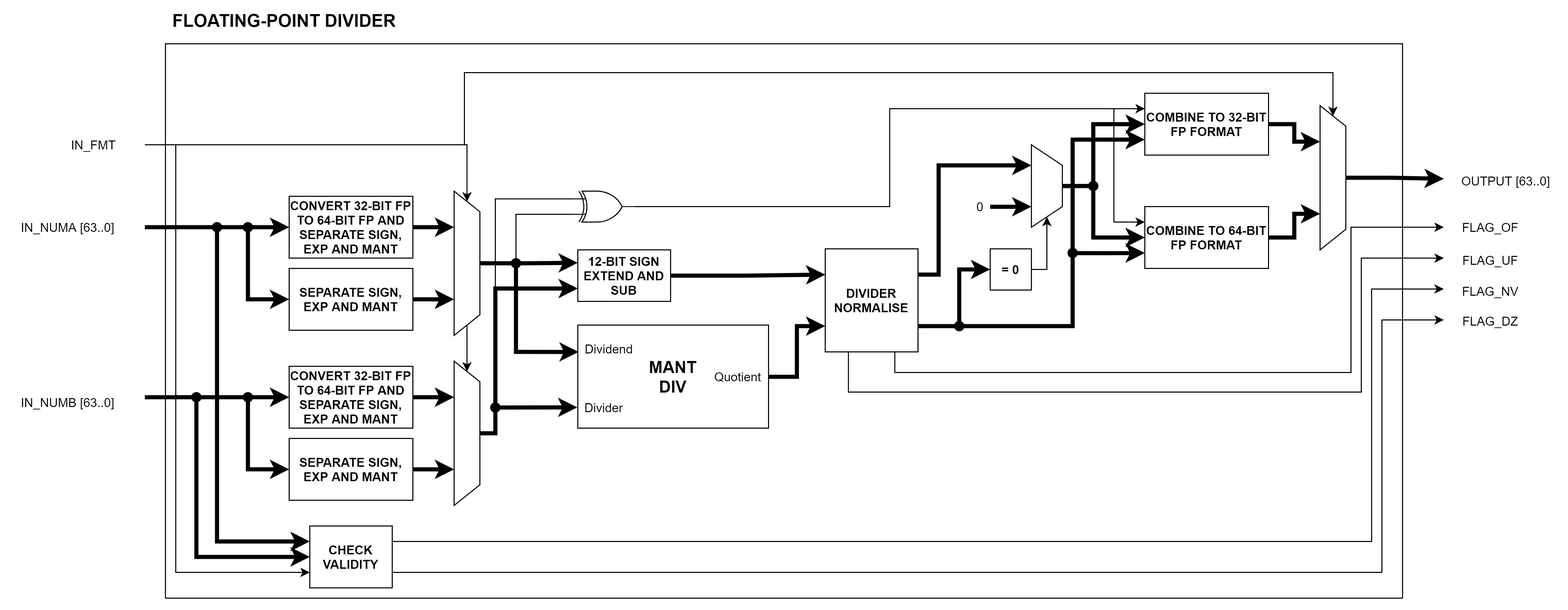
Earlier version of the draw.io export Diagrams/PNG_Format/FP_Unit/Floating-point-FP-Div.drawio.png (hohaicongthuan/Project-2). Source tidied: cells renumbered, new cells last; positions are measured from the earlier drawing's top-left corner, leaving out a move shared by most shapes.
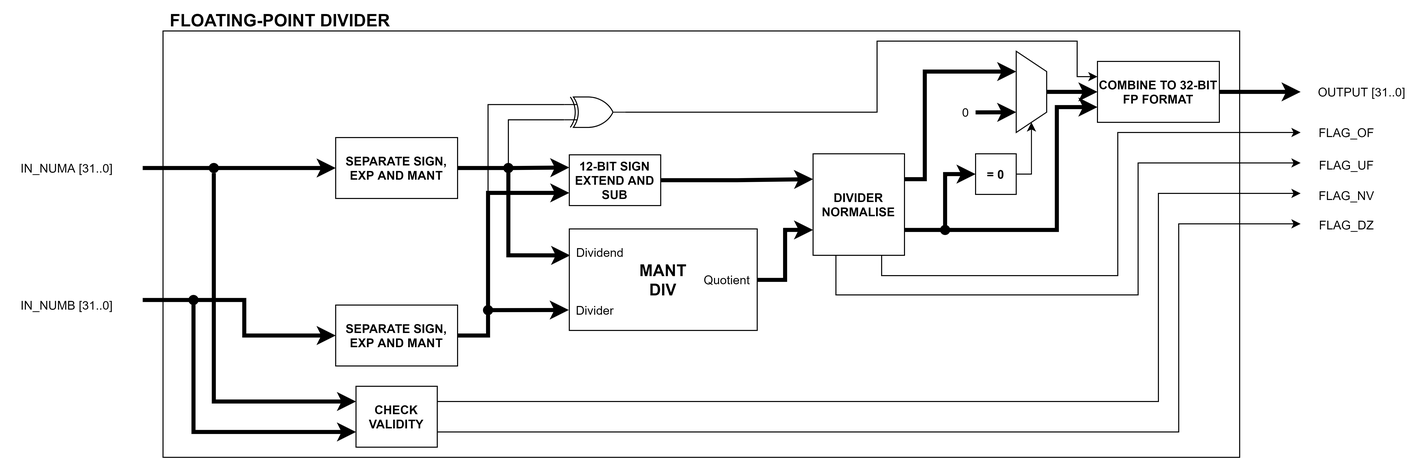
Later version of the same file.

What changed in the source:
```diff
@@ -5,49 +5,24 @@
     <mxCell id="2" style="whiteSpace=wrap;html=1;fillColor=#FFFFFF;" parent="1" vertex="1">
-      <mxGeometry x="150" y="32" width="1200" height="538" as="geometry" />
+      <mxGeometry x="150" y="110" width="1060" height="420" as="geometry" />
     </mxCell>
-    <mxCell id="3" value="IN_NUMA [63..0]" style="text;html=1;align=center;verticalAlign=middle;strokeColor=none;fillColor=none;" parent="1" vertex="1">
-      <mxGeometry y="200" width="110" height="20" as="geometry" />
+    <mxCell id="3" value="IN_NUMA [31..0]" style="text;html=1;align=center;verticalAlign=middle;strokeColor=none;fillColor=none;" parent="1" vertex="1">
+      <mxGeometry y="235" width="110" height="20" as="geometry" />
     </mxCell>
     <mxCell id="4" value="&lt;font style=&quot;font-size: 17px&quot;&gt;&lt;b&gt;FLOATING-POINT DIVIDER&lt;/b&gt;&lt;/font&gt;" style="text;html=1;align=center;verticalAlign=middle;strokeColor=none;fillColor=none;" parent="1" vertex="1">
-      <mxGeometry x="150" width="230" height="20" as="geometry" />
+      <mxGeometry x="150" y="90" width="230" height="20" as="geometry" />
     </mxCell>
-    <mxCell id="5" style="endArrow=classic;html=1;rounded=0;strokeWidth=4;" parent="1" edge="1" target="7">
+    <mxCell id="5" style="endArrow=classic;html=1;rounded=0;strokeWidth=4;entryX=0;entryY=0.5;entryDx=0;entryDy=0;" parent="1" edge="1" target="10">
       <mxGeometry relative="1" as="geometry">
-        <mxPoint x="130" y="210" as="sourcePoint" />
+        <mxPoint x="130" y="245" as="sourcePoint" />
+        <Array as="points">
+          <mxPoint x="240" y="245" />
+        </Array>
       </mxGeometry>
     </mxCell>
-    <mxCell id="6" style="edgeStyle=orthogonalEdgeStyle;rounded=0;jettySize=auto;html=1;exitX=1;exitY=0.5;exitDx=0;exitDy=0;entryX=0.25;entryY=1;entryDx=0;entryDy=0;strokeWidth=4;" parent="1" edge="1" source="7" target="14">
-      <mxGeometry relative="1" as="geometry" />
-    </mxCell>
-    <mxCell id="7" value="&lt;b&gt;CONVERT 32-BIT FP TO 64-BIT FP AND SEPARATE SIGN, EXP AND MANT&lt;/b&gt;" style="rounded=0;whiteSpace=wrap;html=1;" parent="1" vertex="1">
-      <mxGeometry x="270" y="180" width="120" height="60" as="geometry" />
-    </mxCell>
-    <mxCell id="8" style="edgeStyle=orthogonalEdgeStyle;rounded=0;jettySize=auto;html=1;exitX=1;exitY=0.5;exitDx=0;exitDy=0;entryX=0.75;entryY=1;entryDx=0;entryDy=0;strokeWidth=4;" parent="1" edge="1" source="10" target="14">
-      <mxGeometry relative="1" as="geometry" />
-    </mxCell>
-    <mxCell id="9" style="edgeStyle=orthogonalEdgeStyle;rounded=0;jettySize=auto;html=1;exitX=0;exitY=0.5;exitDx=0;exitDy=0;strokeWidth=4;entryX=0;entryY=0.5;entryDx=0;entryDy=0;" parent="1" edge="1" target="10">
-      <mxGeometry relative="1" as="geometry">
-        <mxPoint x="230" y="210" as="sourcePoint" />
-        <Array as="points">
-          <mxPoint x="230" y="280" />
-        </Array>
-      </mxGeometry>
-    </mxCell>
     <mxCell id="10" value="&lt;b&gt;SEPARATE SIGN, EXP AND MANT&lt;/b&gt;" style="rounded=0;whiteSpace=wrap;html=1;" parent="1" vertex="1">
-      <mxGeometry x="270" y="250" width="120" height="60" as="geometry" />
+      <mxGeometry x="320" y="215" width="120" height="60" as="geometry" />
     </mxCell>
-    <mxCell id="11" style="edgeStyle=orthogonalEdgeStyle;rounded=0;jettySize=auto;html=1;strokeWidth=1;entryX=0;entryY=0.5;entryDx=0;entryDy=0;" parent="1" edge="1" target="14">
-      <mxGeometry relative="1" as="geometry">
-        <mxPoint x="130" y="130" as="sourcePoint" />
-      </mxGeometry>
-    </mxCell>
-    <mxCell id="12" style="edgeStyle=orthogonalEdgeStyle;rounded=0;jettySize=auto;html=1;exitX=0.5;exitY=0;exitDx=0;exitDy=0;strokeWidth=4;entryX=0;entryY=0.25;entryDx=0;entryDy=0;" parent="1" edge="1" source="14" target="16">
+    <mxCell id="12" style="edgeStyle=orthogonalEdgeStyle;rounded=0;jettySize=auto;html=1;exitX=1;exitY=0.5;exitDx=0;exitDy=0;strokeWidth=4;entryX=0;entryY=0.25;entryDx=0;entryDy=0;" parent="1" edge="1" source="10" target="16">
       <mxGeometry relative="1" as="geometry" />
     </mxCell>
-    <mxCell id="13" style="edgeStyle=orthogonalEdgeStyle;rounded=0;jettySize=auto;html=1;exitX=1;exitY=0.5;exitDx=0;exitDy=0;entryX=0;entryY=0.5;entryDx=0;entryDy=0;strokeWidth=1;" parent="1" edge="1" source="14" target="24">
-      <mxGeometry relative="1" as="geometry" />
-    </mxCell>
-    <mxCell id="14" style="shape=trapezoid;perimeter=trapezoidPerimeter;whiteSpace=wrap;html=1;fixedSize=1;direction=south;" parent="1" vertex="1">
-      <mxGeometry x="430" y="175" width="25" height="140" as="geometry" />
-    </mxCell>
     <mxCell id="15" style="edgeStyle=orthogonalEdgeStyle;rounded=0;jettySize=auto;html=1;exitX=1;exitY=0.5;exitDx=0;exitDy=0;entryX=0;entryY=0.25;entryDx=0;entryDy=0;strokeWidth=4;" parent="1" edge="1" source="16" target="36">
@@ -58,28 +33,15 @@
     </mxCell>
-    <mxCell id="17" style="endArrow=classic;html=1;rounded=0;strokeWidth=4;" parent="1" edge="1" target="19">
+    <mxCell id="17" style="endArrow=classic;html=1;rounded=0;strokeWidth=4;entryX=0;entryY=0.5;entryDx=0;entryDy=0;" parent="1" edge="1" target="22">
       <mxGeometry relative="1" as="geometry">
         <mxPoint x="130" y="375" as="sourcePoint" />
+        <Array as="points">
+          <mxPoint x="230" y="375" />
+          <mxPoint x="230" y="410" />
+        </Array>
       </mxGeometry>
     </mxCell>
-    <mxCell id="18" style="edgeStyle=orthogonalEdgeStyle;rounded=0;jettySize=auto;html=1;exitX=1;exitY=0.5;exitDx=0;exitDy=0;entryX=0.25;entryY=1;entryDx=0;entryDy=0;strokeWidth=4;" parent="1" edge="1" source="19" target="24">
-      <mxGeometry relative="1" as="geometry" />
-    </mxCell>
-    <mxCell id="19" value="&lt;b&gt;CONVERT 32-BIT FP TO 64-BIT FP AND SEPARATE SIGN, EXP AND MANT&lt;/b&gt;" style="rounded=0;whiteSpace=wrap;html=1;" parent="1" vertex="1">
-      <mxGeometry x="270" y="345" width="120" height="60" as="geometry" />
-    </mxCell>
-    <mxCell id="20" style="edgeStyle=orthogonalEdgeStyle;rounded=0;jettySize=auto;html=1;exitX=1;exitY=0.5;exitDx=0;exitDy=0;entryX=0.75;entryY=1;entryDx=0;entryDy=0;strokeWidth=4;" parent="1" edge="1" source="22" target="24">
-      <mxGeometry relative="1" as="geometry" />
-    </mxCell>
-    <mxCell id="21" style="edgeStyle=orthogonalEdgeStyle;rounded=0;jettySize=auto;html=1;exitX=0;exitY=0.5;exitDx=0;exitDy=0;strokeWidth=4;entryX=0;entryY=0.5;entryDx=0;entryDy=0;" parent="1" edge="1" target="22">
-      <mxGeometry relative="1" as="geometry">
-        <mxPoint x="230" y="375" as="sourcePoint" />
-        <Array as="points">
-          <mxPoint x="230" y="445" />
-        </Array>
-      </mxGeometry>
-    </mxCell>
     <mxCell id="22" value="&lt;b&gt;SEPARATE SIGN, EXP AND MANT&lt;/b&gt;" style="rounded=0;whiteSpace=wrap;html=1;" parent="1" vertex="1">
-      <mxGeometry x="270" y="415" width="120" height="60" as="geometry" />
+      <mxGeometry x="320" y="380" width="120" height="60" as="geometry" />
     </mxCell>
-    <mxCell id="23" style="edgeStyle=orthogonalEdgeStyle;rounded=0;jettySize=auto;html=1;exitX=0.5;exitY=0;exitDx=0;exitDy=0;entryX=0;entryY=0.75;entryDx=0;entryDy=0;strokeWidth=4;" parent="1" edge="1" source="24" target="16">
+    <mxCell id="23" style="edgeStyle=orthogonalEdgeStyle;rounded=0;jettySize=auto;html=1;exitX=1;exitY=0.5;exitDx=0;exitDy=0;entryX=0;entryY=0.75;entryDx=0;entryDy=0;strokeWidth=4;" parent="1" edge="1" source="22" target="16">
       <mxGeometry relative="1" as="geometry">
@@ -87,3 +49,3 @@
           <mxPoint x="470" y="410" />
-          <mxPoint x="470" y="269" />
+          <mxPoint x="470" y="270" />
         </Array>
@@ -91,5 +53,2 @@
     </mxCell>
-    <mxCell id="24" style="shape=trapezoid;perimeter=trapezoidPerimeter;whiteSpace=wrap;html=1;fixedSize=1;direction=south;" parent="1" vertex="1">
-      <mxGeometry x="430" y="340" width="25" height="140" as="geometry" />
-    </mxCell>
     <mxCell id="25" value="&lt;font face=&quot;poppins, arial, sans-serif&quot;&gt;&lt;span style=&quot;font-size: 16px ; background-color: rgb(255 , 255 , 255)&quot;&gt;&lt;b&gt;MANT&lt;br&gt;DIV&lt;br&gt;&lt;/b&gt;&lt;/span&gt;&lt;/font&gt;" style="rounded=0;whiteSpace=wrap;html=1;" parent="1" vertex="1">
@@ -126,3 +85,3 @@
           <mxPoint x="1030" y="306" />
-          <mxPoint x="1030" y="125" />
+          <mxPoint x="1030" y="185" />
         </Array>
@@ -140,7 +99,7 @@
       <mxGeometry relative="1" as="geometry">
-        <mxPoint x="1390" y="210" as="targetPoint" />
+        <mxPoint x="1270" y="210" as="targetPoint" />
         <Array as="points">
-          <mxPoint x="857" y="351" />
-          <mxPoint x="1300" y="351" />
-          <mxPoint x="1300" y="210" />
+          <mxPoint x="858" y="351" />
+          <mxPoint x="1090" y="351" />
+          <mxPoint x="1090" y="210" />
         </Array>
@@ -150,7 +109,7 @@
       <mxGeometry relative="1" as="geometry">
-        <mxPoint x="1390" y="240" as="targetPoint" />
+        <mxPoint x="1270" y="240" as="targetPoint" />
         <Array as="points">
           <mxPoint x="813" y="370" />
-          <mxPoint x="1310" y="370" />
-          <mxPoint x="1310" y="240" />
+          <mxPoint x="1110" y="370" />
+          <mxPoint x="1110" y="240" />
         </Array>
@@ -175,3 +134,10 @@
     <mxCell id="39" style="edgeStyle=orthogonalEdgeStyle;rounded=0;jettySize=auto;html=1;exitX=1;exitY=0.5;exitDx=0;exitDy=0;exitPerimeter=0;entryX=0;entryY=0.25;entryDx=0;entryDy=0;endArrow=classic;endFill=1;strokeWidth=1;" parent="1" edge="1" source="40" target="49">
-      <mxGeometry relative="1" as="geometry" />
+      <mxGeometry relative="1" as="geometry">
+        <Array as="points">
+          <mxPoint x="853" y="190" />
+          <mxPoint x="853" y="120" />
+          <mxPoint x="1050" y="120" />
+          <mxPoint x="1050" y="155" />
+        </Array>
+      </mxGeometry>
     </mxCell>
@@ -181,8 +147,3 @@
     <mxCell id="41" style="edgeStyle=orthogonalEdgeStyle;rounded=0;jettySize=auto;html=1;exitX=0.5;exitY=0;exitDx=0;exitDy=0;strokeWidth=4;entryX=0;entryY=0.5;entryDx=0;entryDy=0;" parent="1" edge="1" source="43" target="49">
-      <mxGeometry relative="1" as="geometry">
-        <Array as="points">
-          <mxPoint x="1050" y="170" />
-          <mxPoint x="1050" y="110" />
-        </Array>
-      </mxGeometry>
+      <mxGeometry relative="1" as="geometry" />
     </mxCell>
@@ -217,71 +178,16 @@
     </mxCell>
-    <mxCell id="48" style="edgeStyle=orthogonalEdgeStyle;rounded=0;jettySize=auto;html=1;exitX=1;exitY=0.5;exitDx=0;exitDy=0;entryX=0.25;entryY=1;entryDx=0;entryDy=0;endArrow=classic;endFill=1;strokeWidth=4;" parent="1" edge="1" source="49" target="57">
-      <mxGeometry relative="1" as="geometry" />
+    <mxCell id="48" style="edgeStyle=orthogonalEdgeStyle;rounded=0;jettySize=auto;html=1;exitX=1;exitY=0.5;exitDx=0;exitDy=0;endArrow=classic;endFill=1;strokeWidth=4;" parent="1" edge="1" source="49">
+      <mxGeometry relative="1" as="geometry">
+        <mxPoint x="1270" y="170" as="targetPoint" />
+      </mxGeometry>
     </mxCell>
     <mxCell id="49" value="&lt;b&gt;COMBINE TO 32-BIT FP FORMAT&lt;/b&gt;" style="rounded=0;whiteSpace=wrap;html=1;" parent="1" vertex="1">
-      <mxGeometry x="1100" y="80" width="120" height="60" as="geometry" />
+      <mxGeometry x="1070" y="140" width="120" height="60" as="geometry" />
     </mxCell>
-    <mxCell id="50" style="edgeStyle=orthogonalEdgeStyle;rounded=0;jettySize=auto;html=1;exitX=0;exitY=0.25;exitDx=0;exitDy=0;endArrow=classic;endFill=1;strokeWidth=1;entryX=0;entryY=0.25;entryDx=0;entryDy=0;" parent="1" edge="1" target="54">
-      <mxGeometry relative="1" as="geometry">
-        <mxPoint x="1070" y="95" as="sourcePoint" />
-        <Array as="points">
-          <mxPoint x="1070" y="205" />
-        </Array>
-      </mxGeometry>
-    </mxCell>
-    <mxCell id="51" style="edgeStyle=orthogonalEdgeStyle;rounded=0;jettySize=auto;html=1;exitX=0;exitY=0.5;exitDx=0;exitDy=0;endArrow=classic;endFill=1;strokeWidth=4;entryX=0;entryY=0.5;entryDx=0;entryDy=0;" parent="1" edge="1" target="54">
-      <mxGeometry relative="1" as="geometry">
-        <mxPoint x="1050" y="170" as="sourcePoint" />
-        <Array as="points">
-          <mxPoint x="1050" y="220" />
-        </Array>
-      </mxGeometry>
-    </mxCell>
-    <mxCell id="52" style="edgeStyle=orthogonalEdgeStyle;rounded=0;jettySize=auto;html=1;exitX=0;exitY=0.75;exitDx=0;exitDy=0;endArrow=classic;endFill=1;strokeWidth=4;entryX=0;entryY=0.75;entryDx=0;entryDy=0;" parent="1" edge="1" target="54">
-      <mxGeometry relative="1" as="geometry">
-        <mxPoint x="1030" y="235.1" as="sourcePoint" />
-      </mxGeometry>
-    </mxCell>
-    <mxCell id="53" style="edgeStyle=orthogonalEdgeStyle;rounded=0;jettySize=auto;html=1;exitX=1;exitY=0.5;exitDx=0;exitDy=0;entryX=0.75;entryY=1;entryDx=0;entryDy=0;endArrow=classic;endFill=1;strokeWidth=4;" parent="1" edge="1" source="54" target="57">
-      <mxGeometry relative="1" as="geometry" />
-    </mxCell>
-    <mxCell id="54" value="&lt;b&gt;COMBINE TO 64-BIT FP FORMAT&lt;/b&gt;" style="rounded=0;whiteSpace=wrap;html=1;" parent="1" vertex="1">
-      <mxGeometry x="1100" y="190" width="120" height="60" as="geometry" />
-    </mxCell>
-    <mxCell id="55" style="edgeStyle=orthogonalEdgeStyle;rounded=0;jettySize=auto;html=1;exitX=0.5;exitY=0;exitDx=0;exitDy=0;endArrow=classic;endFill=1;strokeWidth=4;" parent="1" edge="1" source="57">
-      <mxGeometry relative="1" as="geometry">
-        <mxPoint x="1390" y="163" as="targetPoint" />
-        <Array as="points">
-          <mxPoint x="1339" y="162" />
-          <mxPoint x="1339" y="163" />
-        </Array>
-      </mxGeometry>
-    </mxCell>
-    <mxCell id="56" style="edgeStyle=orthogonalEdgeStyle;rounded=0;jettySize=auto;html=1;exitX=0;exitY=0.5;exitDx=0;exitDy=0;endArrow=classic;endFill=1;strokeWidth=1;entryX=0;entryY=0.5;entryDx=0;entryDy=0;" parent="1" edge="1" target="57">
-      <mxGeometry relative="1" as="geometry">
-        <mxPoint x="440" y="130" as="sourcePoint" />
-        <Array as="points">
-          <mxPoint x="440" y="60" />
-          <mxPoint x="1283" y="60" />
-        </Array>
-      </mxGeometry>
-    </mxCell>
-    <mxCell id="57" style="shape=trapezoid;perimeter=trapezoidPerimeter;whiteSpace=wrap;html=1;fixedSize=1;direction=south;" parent="1" vertex="1">
-      <mxGeometry x="1270" y="92" width="25" height="140" as="geometry" />
-    </mxCell>
-    <mxCell id="58" value="IN_NUMB [63..0]" style="text;html=1;align=center;verticalAlign=middle;strokeColor=none;fillColor=none;" parent="1" vertex="1">
+    <mxCell id="58" value="IN_NUMB [31..0]" style="text;html=1;align=center;verticalAlign=middle;strokeColor=none;fillColor=none;" parent="1" vertex="1">
       <mxGeometry y="370" width="110" height="20" as="geometry" />
     </mxCell>
-    <mxCell id="59" value="IN_FMT" style="text;html=1;align=center;verticalAlign=middle;strokeColor=none;fillColor=none;" parent="1" vertex="1">
-      <mxGeometry x="50" y="120" width="60" height="20" as="geometry" />
-    </mxCell>
-    <mxCell id="60" value="OUTPUT [63..0]" style="text;html=1;align=center;verticalAlign=middle;strokeColor=none;fillColor=none;" parent="1" vertex="1">
-      <mxGeometry x="1400" y="155" width="100" height="20" as="geometry" />
+    <mxCell id="60" value="OUTPUT [31..0]" style="text;html=1;align=center;verticalAlign=middle;strokeColor=none;fillColor=none;" parent="1" vertex="1">
+      <mxGeometry x="1280" y="160" width="100" height="20" as="geometry" />
     </mxCell>
-    <mxCell id="61" style="ellipse;whiteSpace=wrap;html=1;strokeColor=none;fillColor=#000000;" parent="1" vertex="1">
-      <mxGeometry x="225" y="205" width="10" height="10" as="geometry" />
-    </mxCell>
-    <mxCell id="62" style="ellipse;whiteSpace=wrap;html=1;strokeColor=none;fillColor=#000000;" parent="1" vertex="1">
-      <mxGeometry x="225" y="370" width="10" height="10" as="geometry" />
-    </mxCell>
     <mxCell id="63" style="ellipse;whiteSpace=wrap;html=1;strokeColor=none;fillColor=#000000;" parent="1" vertex="1">
@@ -295,23 +201,12 @@
     </mxCell>
-    <mxCell id="66" style="ellipse;whiteSpace=wrap;html=1;strokeColor=none;fillColor=#000000;" parent="1" vertex="1">
-      <mxGeometry x="1045" y="165" width="10" height="10" as="geometry" />
-    </mxCell>
-    <mxCell id="67" style="ellipse;whiteSpace=wrap;html=1;strokeColor=none;fillColor=#000000;" parent="1" vertex="1">
-      <mxGeometry x="1025" y="230" width="10" height="10" as="geometry" />
-    </mxCell>
     <mxCell id="68" value="FLAG_OF" style="text;html=1;align=center;verticalAlign=middle;strokeColor=none;fillColor=none;" parent="1" vertex="1">
-      <mxGeometry x="1400" y="200" width="70" height="20" as="geometry" />
+      <mxGeometry x="1280" y="200" width="70" height="20" as="geometry" />
     </mxCell>
     <mxCell id="69" value="FLAG_UF" style="text;html=1;align=center;verticalAlign=middle;strokeColor=none;fillColor=none;" parent="1" vertex="1">
-      <mxGeometry x="1400" y="232" width="70" height="20" as="geometry" />
+      <mxGeometry x="1280" y="232" width="70" height="20" as="geometry" />
     </mxCell>
-    <mxCell id="70" style="edgeStyle=orthogonalEdgeStyle;rounded=0;jettySize=auto;html=1;exitX=0;exitY=0.25;exitDx=0;exitDy=0;endArrow=classic;endFill=1;strokeWidth=4;entryX=0;entryY=0.25;entryDx=0;entryDy=0;" parent="1" edge="1" target="75">
-      <mxGeometry relative="1" as="geometry">
-        <mxPoint x="200" y="210" as="sourcePoint" />
-        <Array as="points">
-          <mxPoint x="200" y="515" />
-        </Array>
-      </mxGeometry>
+    <mxCell id="70" style="edgeStyle=orthogonalEdgeStyle;rounded=0;jettySize=auto;html=1;exitX=0.5;exitY=1;exitDx=0;exitDy=0;endArrow=classic;endFill=1;strokeWidth=4;entryX=0;entryY=0.25;entryDx=0;entryDy=0;startArrow=none;" parent="1" edge="1" source="78" target="75">
+      <mxGeometry relative="1" as="geometry" />
     </mxCell>
-    <mxCell id="71" style="edgeStyle=orthogonalEdgeStyle;rounded=0;jettySize=auto;html=1;exitX=0;exitY=0.5;exitDx=0;exitDy=0;endArrow=classic;endFill=1;strokeWidth=4;entryX=0;entryY=0.5;entryDx=0;entryDy=0;" parent="1" edge="1" target="75">
+    <mxCell id="71" style="edgeStyle=orthogonalEdgeStyle;rounded=0;jettySize=auto;html=1;exitX=0;exitY=0.5;exitDx=0;exitDy=0;endArrow=classic;endFill=1;strokeWidth=4;entryX=0;entryY=0.75;entryDx=0;entryDy=0;" parent="1" edge="1" target="75">
       <mxGeometry relative="1" as="geometry">
@@ -319,3 +214,3 @@
         <Array as="points">
-          <mxPoint x="180" y="530" />
+          <mxPoint x="180" y="505" />
         </Array>
@@ -323,17 +218,8 @@
     </mxCell>
-    <mxCell id="72" style="edgeStyle=orthogonalEdgeStyle;rounded=0;jettySize=auto;html=1;endArrow=classic;endFill=1;strokeWidth=1;entryX=0;entryY=0.75;entryDx=0;entryDy=0;" parent="1" edge="1" target="75">
-      <mxGeometry relative="1" as="geometry">
-        <mxPoint x="160" y="130" as="sourcePoint" />
-        <Array as="points">
-          <mxPoint x="160" y="130" />
-          <mxPoint x="160" y="545" />
-        </Array>
-      </mxGeometry>
-    </mxCell>
     <mxCell id="73" style="edgeStyle=orthogonalEdgeStyle;rounded=0;jettySize=auto;html=1;exitX=1;exitY=0.25;exitDx=0;exitDy=0;endArrow=classic;endFill=1;strokeWidth=1;" parent="1" edge="1" source="75">
       <mxGeometry relative="1" as="geometry">
-        <mxPoint x="1390" y="270" as="targetPoint" />
+        <mxPoint x="1270" y="270" as="targetPoint" />
         <Array as="points">
-          <mxPoint x="1320" y="515" />
-          <mxPoint x="1320" y="270" />
+          <mxPoint x="1130" y="475" />
+          <mxPoint x="1130" y="270" />
         </Array>
@@ -343,6 +229,6 @@
       <mxGeometry relative="1" as="geometry">
-        <mxPoint x="1390" y="300" as="targetPoint" />
+        <mxPoint x="1270" y="300" as="targetPoint" />
         <Array as="points">
-          <mxPoint x="1330" y="545" />
-          <mxPoint x="1330" y="300" />
+          <mxPoint x="1150" y="505" />
+          <mxPoint x="1150" y="300" />
         </Array>
@@ -351,6 +237,6 @@
     <mxCell id="75" value="&lt;b&gt;CHECK VALIDITY&lt;/b&gt;" style="rounded=0;whiteSpace=wrap;html=1;fillColor=#FFFFFF;" parent="1" vertex="1">
-      <mxGeometry x="290" y="500" width="80" height="60" as="geometry" />
+      <mxGeometry x="340" y="460" width="80" height="60" as="geometry" />
     </mxCell>
     <mxCell id="76" value="FLAG_NV" style="text;html=1;align=center;verticalAlign=middle;strokeColor=none;fillColor=none;" parent="1" vertex="1">
-      <mxGeometry x="1400" y="262" width="70" height="20" as="geometry" />
+      <mxGeometry x="1280" y="262" width="70" height="20" as="geometry" />
     </mxCell>
@@ -359,8 +245,8 @@
     </mxCell>
+    <mxCell id="79" value="FLAG_DZ" style="text;html=1;align=center;verticalAlign=middle;strokeColor=none;fillColor=none;" parent="1" vertex="1">
+      <mxGeometry x="1280" y="291" width="70" height="20" as="geometry" />
+    </mxCell>
     <mxCell id="78" style="ellipse;whiteSpace=wrap;html=1;strokeColor=none;fillColor=#000000;" parent="1" vertex="1">
-      <mxGeometry x="195" y="205" width="10" height="10" as="geometry" />
+      <mxGeometry x="195" y="240" width="10" height="10" as="geometry" />
     </mxCell>
-    <mxCell id="79" value="FLAG_DZ" style="text;html=1;align=center;verticalAlign=middle;strokeColor=none;fillColor=none;" parent="1" vertex="1">
-      <mxGeometry x="1400" y="291" width="70" height="20" as="geometry" />
-    </mxCell>
   </root>
```
